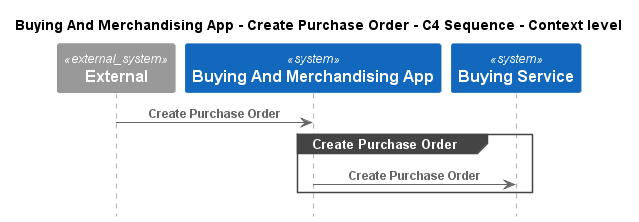
Before: e-commerce-platform/Software Systems/Buying And Merchandising App/Interfaces/Create Purchase Order/Context - C4 Sequence.png, a diagram exported from PlantUML (C4InterFlow/architecture-as-code-samples).
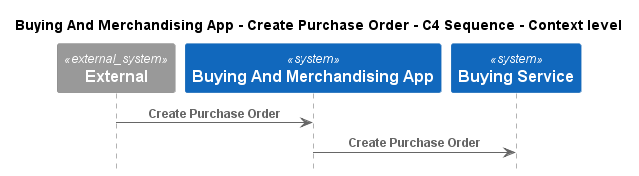
After the commit.

Diff of the diagram source:
```diff
@@ -9,9 +9,7 @@
 System(ECommercePlatform.SoftwareSystems.BuyingService, "Buying Service", "")
 
 Rel(C4InterFlow.SoftwareSystems.ExternalSystem, ECommercePlatform.SoftwareSystems.BuyingAndMerchandisingApp, "Create Purchase Order")
-group Create Purchase Order
 Rel(ECommercePlatform.SoftwareSystems.BuyingAndMerchandisingApp, ECommercePlatform.SoftwareSystems.BuyingService, "Create Purchase Order")
-end
 
 
 @enduml
```
